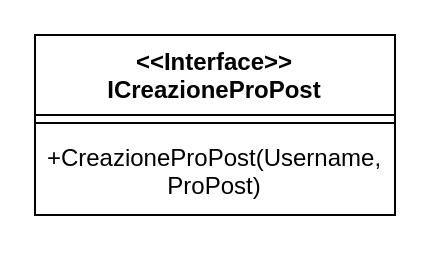
Earlier version of the draw.io diagram uml/CreazioneProPost Interface.drawio (Iannicc/Pet-Party). Source tidied: cells renumbered, new cells numbered last; positions are measured from the earlier drawing's top-left corner, leaving out a move shared by most shapes. Both pictures are drawn from the tidied source at 200%, with x=0, y=0 at pixel (34, 34).
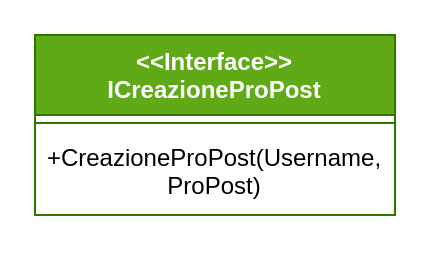
Above is the later version.

What changed in the source:
```diff
@@
 <mxGraphModel>
   <root>
     <mxCell id="0" />
     <mxCell id="1" parent="0" />
-    <mxCell id="2" value="&lt;div&gt;&amp;lt;&amp;lt;Interface&amp;gt;&amp;gt;&lt;/div&gt;&lt;div&gt;ICreazioneProPost&lt;br&gt;&lt;/div&gt;" style="swimlane;fontStyle=1;align=center;verticalAlign=top;horizontal=1;startSize=40;whiteSpace=wrap;html=1;" parent="1" vertex="1">
+    <mxCell id="2" value="&lt;div&gt;&amp;lt;&amp;lt;Interface&amp;gt;&amp;gt;&lt;/div&gt;&lt;div&gt;ICreazioneProPost&lt;br&gt;&lt;/div&gt;" style="swimlane;fontStyle=1;align=center;verticalAlign=top;horizontal=1;startSize=40;whiteSpace=wrap;html=1;fillColor=#60a917;fontColor=#ffffff;strokeColor=#2D7600;" parent="1" vertex="1">
       <mxGeometry width="180" height="90" as="geometry" />
     </mxCell>
     <mxCell id="3" style="line;strokeWidth=1;fillColor=none;align=left;verticalAlign=middle;spacingTop=-1;spacingLeft=3;spacingRight=3;labelPosition=right;strokeColor=inherit;" parent="2" vertex="1">
       <mxGeometry y="40" width="180" height="8" as="geometry" />
     </mxCell>
     <mxCell id="4" value="&lt;div&gt;+CreazioneProPost(Username, ProPost)&lt;br&gt;&lt;/div&gt;" style="text;strokeColor=none;fillColor=none;align=center;verticalAlign=top;spacingLeft=4;spacingRight=4;overflow=hidden;whiteSpace=wrap;html=1;" parent="2" vertex="1">
       <mxGeometry y="48" width="180" height="42" as="geometry" />
     </mxCell>
   </root>
 </mxGraphModel>
```
